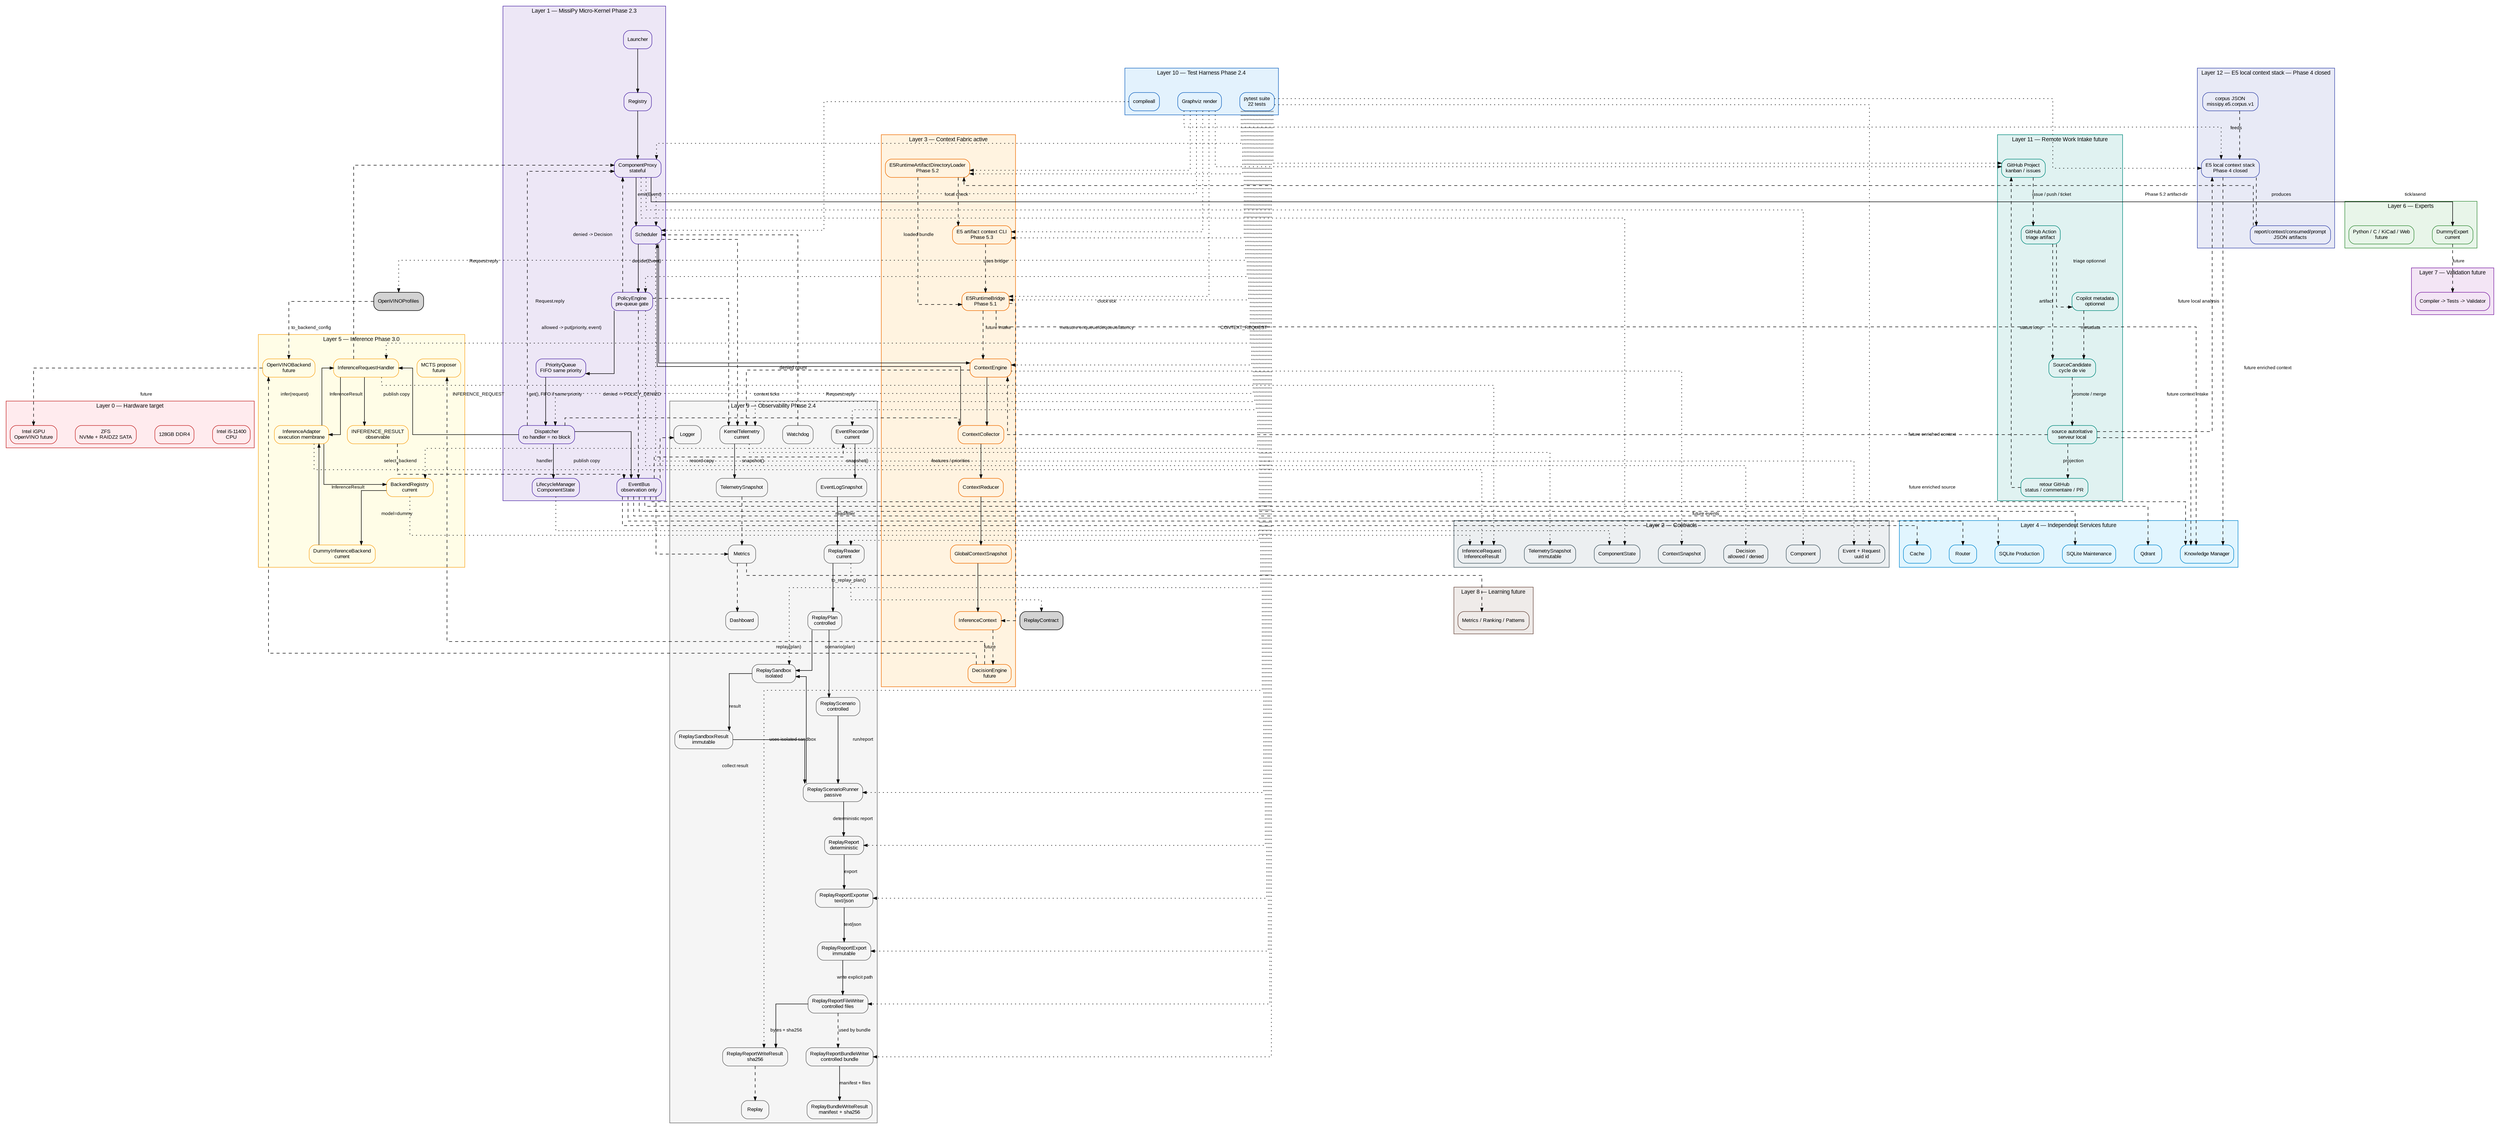
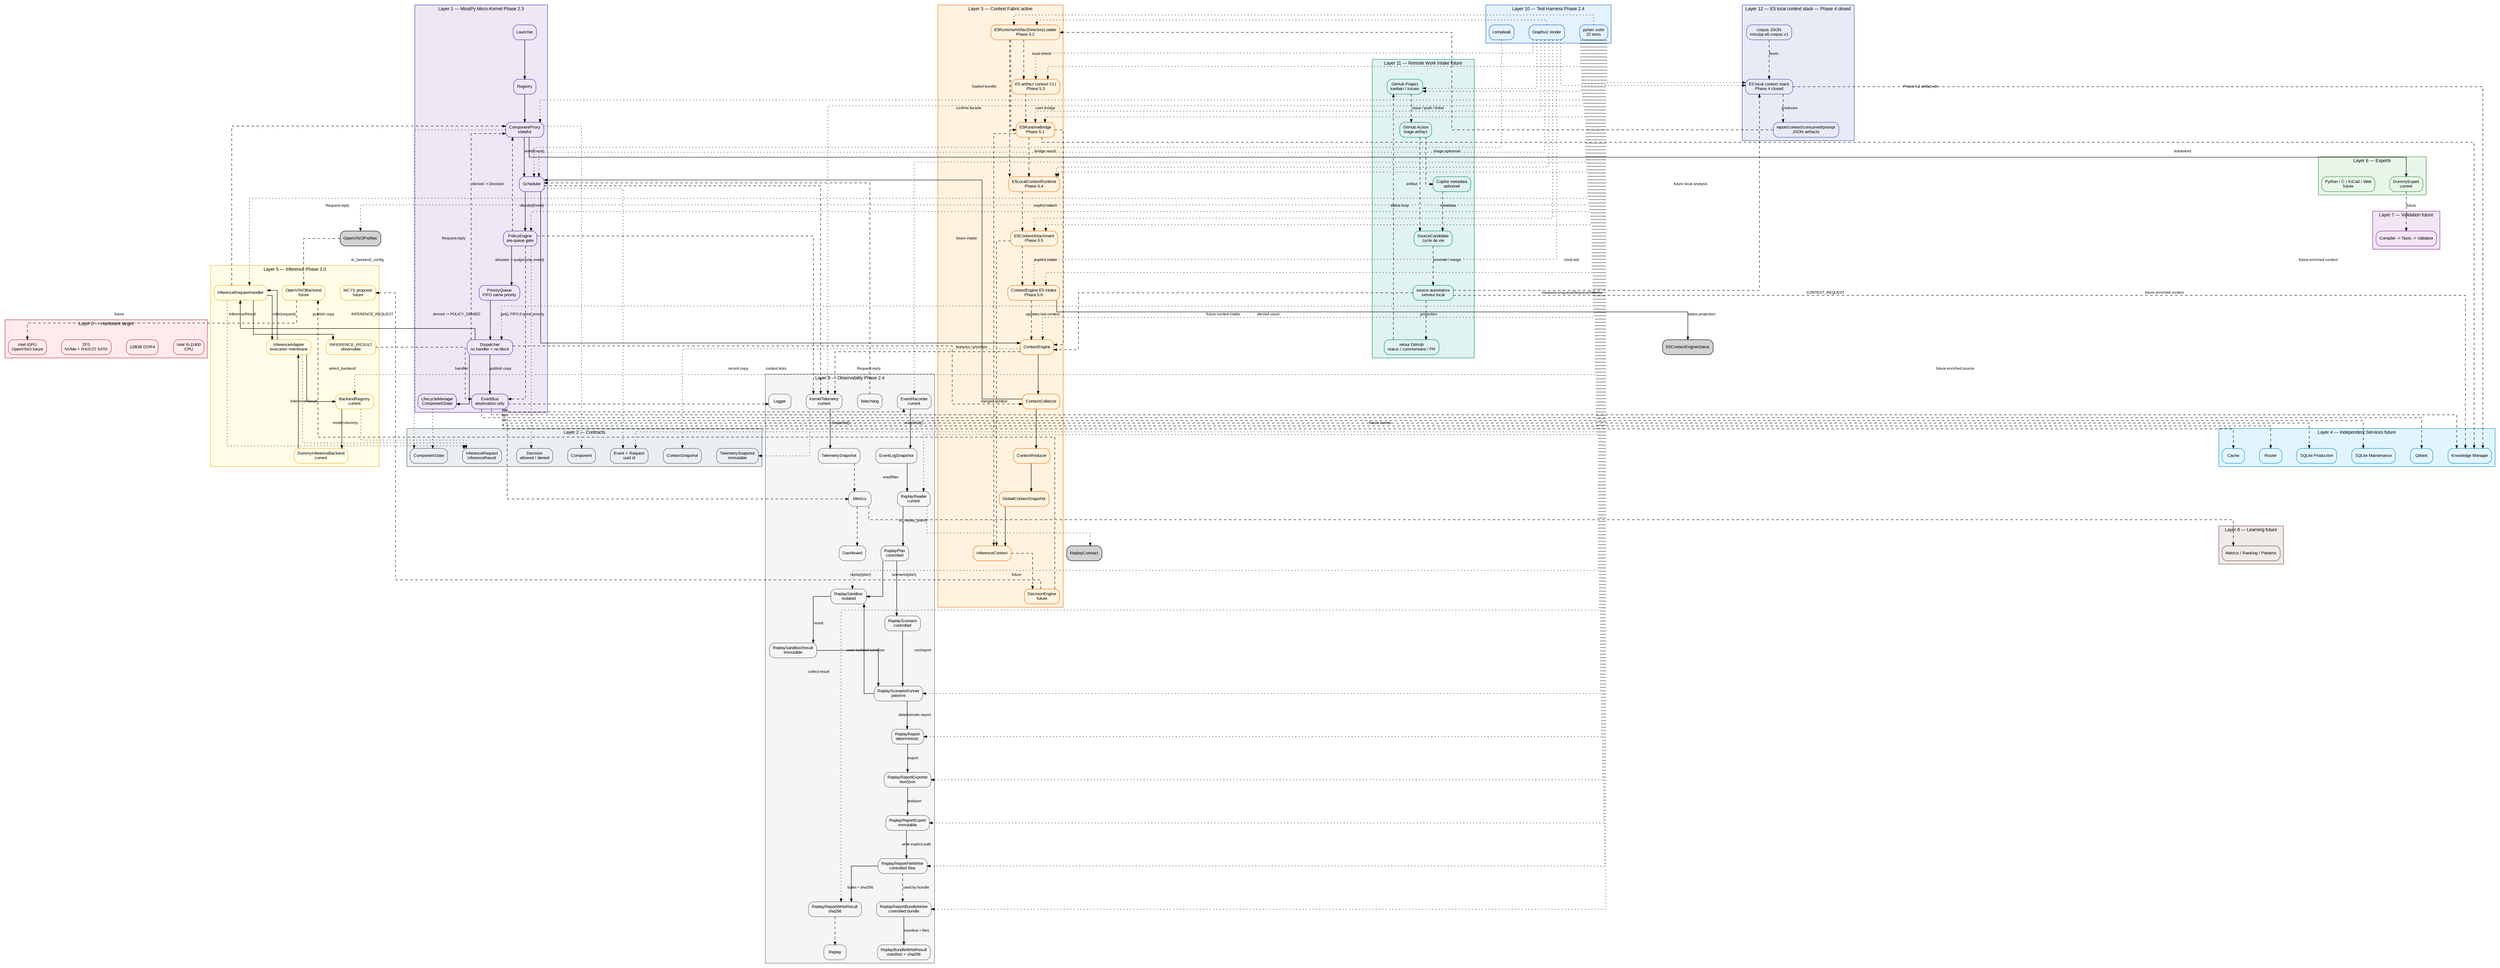
digraph Global {
    // ROADMAP_ID: global

    rankdir=TB;

    // ROADMAP_NOTE[phase2_5]:
    // BackendRegistry est ajouté au layer inference pour préparer
    // l’enregistrement explicite d’OpenVINO sans modifier le Scheduler.

    // ROADMAP_NOTE[phase3_0]:
    // OpenVINOModelProfileRegistry est ajouté pour décrire un ou plusieurs
    // modèles OpenVINO possibles avant de créer les backends exécutables.
    compound=true;
    splines=ortho;
    nodesep=0.5;
    ranksep=0.8;

    graph [fontname="Arial", fontsize=11];
    node [shape=box, style="rounded,filled", fontname="Arial", fontsize=10];
    edge [fontname="Arial", fontsize=9, arrowsize=0.7];

    // ROADMAP_NOTE[phase2_4]:
// ReplayReportBundleWriter ajoute un dossier de replay contrôlé :
// report.txt, report.json et manifest.json avec sha256. La roadmap DOT
// est aussi vérifiée par tests/docs/test_dot_links.py afin que les liens
// descente/remontée pointent vers des sources DOT existantes.
    // Le Layer 9 ajoute ReplayReportFileWriter après ReplayReportExport.
    // Cette étape persiste les exports texte/JSON vers chemins explicites.
    // Aucun répertoire n'est créé ni aucun fichier écrasé sans demande explicite.
    // Le writer reste passif et ne commande jamais le Scheduler vivant.


    // ROADMAP_NOTE[phase4_18_r2]:
    // GitHub Project Orchestrator est visible dans l'architecture globale.
    // Cette couche reste future et documentaire : pas d'API GitHub, pas de token,
    // pas de polling réseau et pas de dépendance Copilot dans le coeur.

    // ROADMAP_NOTE[phase4_19]:
    // La Phase 4 se clôt par un audit du moteur local E5 : corpus, recherche,
    // diagnostics, gates, rapports, contexte, consommation et prompt packet.
    // Le stack E5 reste hors Scheduler, hors Qdrant et hors backend de réponse.

    // ROADMAP_NOTE[phase4_20]:
    // Phase 4 clôturée : le moteur local E5 produit des artefacts déterministes
    // de recherche, contexte consommé et prompt packet. La Phase 5 peut brancher
    // ce socle au serveur local ou au Context Engine sans changer ces frontières.

    // ROADMAP_NOTE[phase5_2]:
    // E5RuntimeArtifactDirectoryLoader ajoute la bordure IO locale pour lire un
    // artifact-dir Phase 4 et réutiliser le pont pur E5RuntimeBridge. Aucun daemon,
    // réseau, Scheduler vivant, Qdrant ou LLM n'est introduit.


    // ROADMAP_NOTE[phase5_4]:
    // E5LocalContextRuntime ajoute une façade runtime locale stable au-dessus
    // du loader 5.2 et du bridge 5.1. Elle retourne un statut typé et un
    // InferenceContext sans CLI, daemon, réseau, Scheduler vivant, Qdrant ou LLM.
+ 
+     // ROADMAP_NOTE[phase5_5]:
+     // E5ContextAttachment fusionne explicitement un résultat runtime E5 local
+     // avec un InferenceContext existant. Cette étape prépare l'intake futur du
+     // ContextEngine sans lancer Scheduler, daemon, réseau, Qdrant ou LLM.
+ 
+     // ROADMAP_NOTE[phase5_6]:
+     // ContextEngine reçoit une entrée E5 explicite : artifact-dir ou runtime result
+     // -> attachement -> last_inference_context. Aucun autoload, aucun Scheduler
+     // vivant, aucun daemon, réseau, Qdrant ou LLM n'est introduit.
+ 
+     // ROADMAP_NOTE[phase5_7]:
+     // E5ContextEngineStatus ajoute une projection passive et sérialisable
+     // de l'état E5 attaché au ContextEngine. Elle ne lit aucun fichier,
+     // ne mute aucun contexte et ne déclenche aucun Scheduler/backend.

    // ROADMAP_NOTE[phase5_3]:
    // E5 artifact context CLI ajoute une bordure de vérification locale pour
    // afficher l'InferenceContext construit depuis un artifact-dir, sans daemon,
    // réseau, Scheduler vivant, Qdrant ou LLM.

    subgraph cluster_L0 {
        label="Layer 0 — Hardware target";
        color="#c62828";
        bgcolor="#ffebee";
        node [fillcolor="#ffebee", color="#c62828"];
        CPU [label="Intel i5-11400\nCPU"];
        RAM [label="128GB DDR4"];
        Storage [label="ZFS\nNVMe + RAIDZ2 SATA"];
        GPU [label="Intel iGPU\nOpenVINO future"];
    }

    subgraph cluster_L1 {
        label="Layer 1 — MissiPy Micro-Kernel Phase 2.3";
        color="#512da8";
        bgcolor="#ede7f6";
        node [fillcolor="#ede7f6", color="#512da8"];
        Launcher [URL="scheduler/10_scheduler.svg", tooltip="Zoom Scheduler"];
        Registry [URL="scheduler/10_scheduler.svg", tooltip="Registry"];
        Proxy [label="ComponentProxy\nstateful", URL="scheduler/component_proxy/14_component_proxy.svg", tooltip="Runtime proxy"];
        Scheduler [URL="scheduler/10_scheduler.svg", tooltip="Zoom Scheduler"];
        Policy [label="PolicyEngine\npre-queue gate", URL="scheduler/10_scheduler.svg"];
        Queue [label="PriorityQueue\nFIFO same priority", URL="scheduler/priority_queue/13_priority_queue.svg"];
        Dispatcher [label="Dispatcher\nno handler = no block", URL="scheduler/dispatcher/11_dispatcher.svg"];
        EventBus [label="EventBus\nobservation only", URL="scheduler/event_bus/12_event_bus.svg"];
        Lifecycle [label="LifecycleManager\nComponentState", URL="scheduler/10_scheduler.svg"];
    }

    subgraph cluster_L2 {
        label="Layer 2 — Contracts";
        color="#455a64";
        bgcolor="#eceff1";
        node [fillcolor="#eceff1", color="#455a64"];
        EventContract [label="Event + Request\nuuid id"];
        LifecycleContract [label="ComponentState"];
        ComponentContract [label="Component"];
        ContextContract [label="ContextSnapshot"];
        InferenceContract [label="InferenceRequest\nInferenceResult"];
        PolicyContract [label="Decision\nallowed / denied"];
        TelemetryContract [label="TelemetrySnapshot\nimmutable"];
    }

    subgraph cluster_L3 {
        label="Layer 3 — Context Fabric active";
        color="#ef6c00";
        bgcolor="#fff3e0";
        node [fillcolor="#fff3e0", color="#ef6c00"];
        ContextEngine [label="ContextEngine", URL="context/20_context.svg"];
        Collector [label="ContextCollector", URL="context/20_context.svg"];
        Reducer [label="ContextReducer", URL="context/20_context.svg"];
        Snapshot [label="GlobalContextSnapshot", URL="context/20_context.svg"];
        InferenceCtx [label="InferenceContext", URL="context/20_context.svg"];
        E5RuntimeBridge [label="E5RuntimeBridge\nPhase 5.1", URL="context/25_e5_runtime_bridge.svg"];
        E5ArtifactLoader [label="E5RuntimeArtifactDirectoryLoader\nPhase 5.2", URL="context/26_e5_artifact_directory_loader.svg"];
        E5ArtifactContextCLI [label="E5 artifact context CLI\nPhase 5.3", URL="context/27_e5_artifact_context_cli.svg"];
+         E5LocalRuntime [label="E5LocalContextRuntime\nPhase 5.4", URL="context/28_e5_local_context_runtime.svg"];
+         E5ContextAttachment [label="E5ContextAttachment\nPhase 5.5", URL="context/29_e5_context_attachment.svg"];
+         E5ContextEngineIntake [label="ContextEngine E5 intake\nPhase 5.6", URL="context/30_e5_context_engine_intake.svg"];
        Decision [label="DecisionEngine\nfuture", URL="context/20_context.svg"];
    }
+ 
+     E5ContextEngineIntake -> E5ContextEngineStatus [label="status projection"];

    subgraph cluster_L4 {
        label="Layer 4 — Independent Services future";
        color="#0288d1";
        bgcolor="#e1f5fe";
        node [fillcolor="#e1f5fe", color="#0288d1"];
        Router [URL="services/30_services.svg"];
        SQLiteProd [label="SQLite Production", URL="services/30_services.svg"];
        SQLiteMaint [label="SQLite Maintenance", URL="services/30_services.svg"];
        Qdrant [URL="services/30_services.svg"];
        Cache [URL="services/30_services.svg"];
        Knowledge [label="Knowledge Manager", URL="services/30_services.svg"];
    }

    subgraph cluster_L5 {
        label="Layer 5 — Inference Phase 3.0";
        color="#f9a825";
        bgcolor="#fffde7";
        node [fillcolor="#fffde7", color="#f9a825"];
        InferenceHandler [label="InferenceRequestHandler", URL="inference/40_inference.svg"];
        InferenceAdapter [label="InferenceAdapter\nexecution membrane", URL="inference/40_inference.svg"];
        BackendRegistry [label="BackendRegistry\ncurrent", URL="inference/40_inference.svg"];
        DummyBackend [label="DummyInferenceBackend\ncurrent", URL="inference/40_inference.svg"];
        InferenceResult [label="INFERENCE_RESULT\nobservable", URL="inference/40_inference.svg"];
        OpenVINO [label="OpenVINOBackend\nfuture", URL="inference/40_inference.svg"];
        MCTS [label="MCTS proposer\nfuture"];
    }

    subgraph cluster_L6 {
        label="Layer 6 — Experts";
        color="#388e3c";
        bgcolor="#e8f5e9";
        node [fillcolor="#e8f5e9", color="#388e3c"];
        Dummy [label="DummyExpert\ncurrent", URL="experts/40_experts.svg"];
        ExpertsFuture [label="Python / C / KiCad / Web\nfuture", URL="experts/40_experts.svg"];
    }

    subgraph cluster_L7 {
        label="Layer 7 — Validation future";
        color="#7b1fa2";
        bgcolor="#f3e5f5";
        node [fillcolor="#f3e5f5", color="#7b1fa2"];
        Validation [label="Compiler -> Tests -> Validator", URL="validation/50_validation.svg"];
    }

    subgraph cluster_L8 {
        label="Layer 8 — Learning future";
        color="#6d4c41";
        bgcolor="#efebe9";
        node [fillcolor="#efebe9", color="#6d4c41"];
        Learning [label="Metrics / Ranking / Patterns", URL="learning/60_learning.svg"];
    }

    subgraph cluster_L9 {
        label="Layer 9 — Observability Phase 2.4";
        color="#666666";
        bgcolor="#f5f5f5";
        node [fillcolor="#f5f5f5", color="#666666"];
        Logger [URL="observability/70_observability.svg"];
        KernelTelemetry [label="KernelTelemetry
current", URL="observability/70_observability.svg"];
        TelemetrySnapshot [label="TelemetrySnapshot", URL="observability/70_observability.svg"];
        EventRecorder [label="EventRecorder
current", URL="observability/70_observability.svg"];
        EventLogSnapshot [label="EventLogSnapshot", URL="observability/70_observability.svg"];
        ReplayReader [label="ReplayReader
current", URL="observability/70_observability.svg"];
        ReplayPlan [label="ReplayPlan
controlled", URL="observability/70_observability.svg"];
        ReplaySandbox [label="ReplaySandbox
isolated", URL="observability/70_observability.svg"];
        ReplaySandboxResult [label="ReplaySandboxResult
immutable", URL="observability/70_observability.svg"];
        ReplayScenario [label="ReplayScenario
controlled", URL="observability/70_observability.svg"];
        ReplayScenarioRunner [label="ReplayScenarioRunner
passive", URL="observability/70_observability.svg"];
        ReplayReport [label="ReplayReport
deterministic", URL="observability/70_observability.svg"];
        ReplayReportExporter [label="ReplayReportExporter
text/json", URL="observability/70_observability.svg"];
        ReplayReportExport [label="ReplayReportExport
immutable", URL="observability/70_observability.svg"];
        ReplayReportFileWriter [label="ReplayReportFileWriter
controlled files", URL="observability/70_observability.svg"];
        ReplayReportWriteResult [label="ReplayReportWriteResult
sha256", URL="observability/70_observability.svg"];
        ReplayReportBundleWriter [label="ReplayReportBundleWriter
controlled bundle", URL="observability/70_observability.svg"];
        ReplayBundleWriteResult [label="ReplayBundleWriteResult
manifest + sha256", URL="observability/70_observability.svg"];
        Metrics [URL="observability/70_observability.svg"];
        Replay [URL="observability/70_observability.svg"];
        Dashboard [URL="observability/70_observability.svg"];
        Watchdog [URL="observability/70_observability.svg"];
    }

    subgraph cluster_L10 {
        label="Layer 10 — Test Harness Phase 2.4";
        color="#1565c0";
        bgcolor="#e3f2fd";
        node [fillcolor="#e3f2fd", color="#1565c0"];
        Pytest [label="pytest suite\n22 tests", URL="tests/80_tests.svg"];
        CompileAll [label="compileall"];
        DotRender [label="Graphviz render"];
    }



    subgraph cluster_L11 {
        label="Layer 11 — Remote Work Intake future";
        color="#00897b";
        bgcolor="#e0f2f1";
        node [fillcolor="#e0f2f1", color="#00897b"];
        GitHubProject [label="GitHub Project
kanban / issues", URL="integrations/90_github_project_orchestrator.svg"];
        GitHubAction [label="GitHub Action
triage artifact", URL="integrations/90_github_project_orchestrator.svg"];
        CopilotMetadata [label="Copilot metadata
optionnel", URL="integrations/90_github_project_orchestrator.svg"];
        SourceCandidate [label="SourceCandidate
cycle de vie", URL="integrations/91_source_candidate_lifecycle.svg"];
        LocalAuthority [label="source autoritative
serveur local", URL="integrations/91_source_candidate_lifecycle.svg"];
        GitHubFeedback [label="retour GitHub
status / commentaire / PR", URL="integrations/90_github_project_orchestrator.svg"];
    }

    subgraph cluster_L12 {
        label="Layer 12 — E5 local context stack — Phase 4 closed";
        color="#3949ab";
        bgcolor="#e8eaf6";
        node [fillcolor="#e8eaf6", color="#3949ab"];
        E5LocalStack [label="E5 local context stack
Phase 4 closed", URL="inference/74_e5_phase4_closure.svg"];
        E5Corpus [label="corpus JSON
missipy.e5.corpus.v1", URL="inference/73_e5_phase4_final_audit.svg"];
        E5Reports [label="report/context/consumed/prompt
JSON artifacts", URL="inference/74_e5_phase4_closure.svg"];
    }

    Launcher -> Registry;
    Registry -> Proxy;
    Proxy -> Scheduler [label="emit(Event)"];
    Scheduler -> Policy [label="decide(Event)"];
    Policy -> Queue [label="allowed -> put(priority, event)"];
    Policy -> EventBus [label="denied -> POLICY_DENIED", style=dashed];
    Policy -> Proxy [label="denied -> Decision", style=dashed];
    Queue -> Dispatcher [label="get(), FIFO if same priority"];
    Dispatcher -> Lifecycle [label="handler"];
    Dispatcher -> EventBus [label="publish copy"];
    Dispatcher -> Proxy [label="Request.reply", style=dashed];

    Lifecycle -> LifecycleContract [style=dotted];
    Proxy -> LifecycleContract [style=dotted];

    Scheduler -> ContextEngine [label="clock tick"];
    ContextEngine -> Collector;
    Collector -> Scheduler [label="CONTEXT_REQUEST"];
    Dispatcher -> Collector [label="Request.reply", style=dashed];
    Collector -> Reducer;
    Reducer -> Snapshot;
    Snapshot -> InferenceCtx;
    InferenceCtx -> Decision [style=dashed, label="future"];

    Scheduler -> EventContract [style=dotted];
    Policy -> PolicyContract [style=dotted];
    KernelTelemetry -> TelemetryContract [style=dotted];
    Proxy -> ComponentContract [style=dotted];
    ContextEngine -> ContextContract [style=dotted];
    InferenceHandler -> InferenceContract [style=dotted];
    ReplayReader -> ReplayContract [style=dotted];
    InferenceAdapter -> InferenceContract [style=dotted];
    BackendRegistry -> InferenceContract [style=dotted];

    Proxy -> Dummy [label="tick/asend"];

    Dispatcher -> InferenceHandler [label="INFERENCE_REQUEST"];
    InferenceHandler -> InferenceAdapter [label="infer(request)"];
    InferenceAdapter -> BackendRegistry [label="select_backend"];
    BackendRegistry -> DummyBackend [label="model=dummy"];
    DummyBackend -> InferenceAdapter [label="InferenceResult"];
    InferenceAdapter -> InferenceHandler [label="InferenceResult"];
    InferenceHandler -> InferenceResult [label="publish copy"];
    InferenceHandler -> Proxy [label="Request.reply", style=dashed];
    InferenceResult -> EventBus [style=dashed];
    OpenVINOProfiles -> OpenVINO [style=dashed, label="to_backend_config"];
    OpenVINO -> GPU [style=dashed, label="future"];
    E5Corpus -> E5LocalStack [style=dashed, label="feeds"];
    E5LocalStack -> E5Reports [style=dashed, label="produces"];
    E5Reports -> E5ArtifactLoader [style=dashed, label="Phase 5.2 artifact-dir"];
    E5ArtifactLoader -> E5RuntimeBridge [style=dashed, label="loaded bundle"];
    E5ArtifactLoader -> E5ArtifactContextCLI [style=dashed, label="local check"];
    E5ArtifactContextCLI -> E5RuntimeBridge [style=dashed, label="uses bridge"];
+     E5ArtifactLoader -> E5LocalRuntime [style=dashed, label="runtime facade"];
+     E5RuntimeBridge -> E5LocalRuntime [style=dashed, label="bridge result"];
+     E5LocalRuntime -> E5ContextAttachment [style=dashed, label="explicit attach"];
+     E5ContextAttachment -> InferenceCtx [style=dashed, label="merged context"];
    E5RuntimeBridge -> InferenceCtx [style=dashed, label="features / priorities"];
+     E5ContextAttachment -> E5ContextEngineIntake [style=dashed, label="explicit intake"];
+     E5ContextEngineIntake -> ContextEngine [style=dashed, label="updates last context"];
    E5RuntimeBridge -> ContextEngine [style=dashed, label="future intake"];
    E5RuntimeBridge -> Knowledge [style=dashed, label="future enriched context"];
    E5LocalStack -> Knowledge [style=dashed, label="future enriched context"];

    Scheduler -> KernelTelemetry [style=dashed, label="measure enqueue/dequeue/latency"];
    Policy -> KernelTelemetry [style=dashed, label="denied count"];
    ContextEngine -> KernelTelemetry [style=dashed, label="context ticks"];
    KernelTelemetry -> TelemetrySnapshot [label="snapshot()"];
    TelemetrySnapshot -> Metrics [style=dashed];

    EventBus -> Logger [style=dashed];
    EventBus -> Metrics [style=dashed];
    EventBus -> EventRecorder [style=dashed, label="record copy"];
    EventRecorder -> EventLogSnapshot [label="snapshot()"];
    EventLogSnapshot -> ReplayReader [label="read/filter"];
    ReplayReader -> ReplayPlan [label="to_replay_plan()"];
    ReplayPlan -> ReplaySandbox [label="replay(plan)"];
    ReplaySandbox -> ReplaySandboxResult [label="result"];
    ReplayPlan -> ReplayScenario [label="scenario(plan)"];
    ReplayScenario -> ReplayScenarioRunner [label="run/report"];
    ReplayScenarioRunner -> ReplaySandbox [label="uses isolated sandbox"];
    ReplaySandboxResult -> ReplayScenarioRunner [label="collect result"];
    ReplayScenarioRunner -> ReplayReport [label="deterministic report"];
    ReplayReport -> ReplayReportExporter [label="export"];
    ReplayReportExporter -> ReplayReportExport [label="text/json"];
    ReplayReportExport -> ReplayReportFileWriter [label="write explicit path"];
    ReplayReportFileWriter -> ReplayReportWriteResult [label="bytes + sha256"];
    ReplayReportFileWriter -> ReplayReportBundleWriter [style=dashed, label="used by bundle"];
    ReplayReportBundleWriter -> ReplayBundleWriteResult [label="manifest + files"];
    ReplayReportWriteResult -> Replay [style=dashed];
    Metrics -> Dashboard [style=dashed];
    Watchdog -> Scheduler [style=dashed];

    Pytest -> EventContract [style=dotted];
    Pytest -> Dispatcher [style=dotted];
    Pytest -> Proxy [style=dotted];
    Pytest -> ContextEngine [style=dotted];
    Pytest -> InferenceHandler [style=dotted];
    Pytest -> BackendRegistry [style=dotted];
    Pytest -> OpenVINOProfiles [style=dotted];
    Pytest -> Policy [style=dotted];
    Pytest -> KernelTelemetry [style=dotted];
    Pytest -> EventRecorder [style=dotted];
    Pytest -> ReplayReader [style=dotted];
    Pytest -> ReplaySandbox [style=dotted];
    Pytest -> ReplayScenarioRunner [style=dotted];
    Pytest -> ReplayReport [style=dotted];
    Pytest -> ReplayReportExporter [style=dotted];
    Pytest -> ReplayReportExport [style=dotted];
    Pytest -> ReplayReportFileWriter [style=dotted];
    Pytest -> ReplayReportBundleWriter [style=dotted];
    Pytest -> ReplayReportWriteResult [style=dotted];
    CompileAll -> Scheduler [style=dotted];
    DotRender -> Scheduler [style=dotted];

    EventBus -> Router [style=dashed, label="future events"];
    EventBus -> SQLiteProd [style=dashed];
    EventBus -> SQLiteMaint [style=dashed];
    EventBus -> Qdrant [style=dashed];
    EventBus -> Cache [style=dashed];
    EventBus -> Knowledge [style=dashed];
    Decision -> OpenVINO [style=dashed];
    Decision -> MCTS [style=dashed];
    Dummy -> Validation [style=dashed, label="future"];
    Metrics -> Learning [style=dashed];

    GitHubProject -> GitHubAction [style=dashed, label="issue / push / ticket"];
    GitHubAction -> CopilotMetadata [style=dashed, label="triage optionnel"];
    CopilotMetadata -> SourceCandidate [style=dashed, label="metadata"];
    GitHubAction -> SourceCandidate [style=dashed, label="artifact"];
    SourceCandidate -> LocalAuthority [style=dashed, label="promote / merge"];
    LocalAuthority -> E5LocalStack [style=dashed, label="future local analysis"];
    LocalAuthority -> ContextEngine [style=dashed, label="future context intake"];
    LocalAuthority -> Knowledge [style=dashed, label="future enriched source"];
    LocalAuthority -> GitHubFeedback [style=dashed, label="projection"];
    GitHubFeedback -> GitHubProject [style=dashed, label="status loop"];
    Pytest -> GitHubProject [style=dotted];
    Pytest -> E5LocalStack [style=dotted];
    Pytest -> E5RuntimeBridge [style=dotted];
    Pytest -> E5ArtifactLoader [style=dotted];
    Pytest -> E5ArtifactContextCLI [style=dotted];
+     Pytest -> E5LocalRuntime [style=dotted];
+     Pytest -> E5ContextAttachment [style=dotted];
+     Pytest -> E5ContextEngineIntake [style=dotted];
    DotRender -> GitHubProject [style=dotted];
    DotRender -> E5LocalStack [style=dotted];
    DotRender -> E5RuntimeBridge [style=dotted];
    DotRender -> E5ArtifactLoader [style=dotted];
    DotRender -> E5ArtifactContextCLI [style=dotted];
+     DotRender -> E5LocalRuntime [style=dotted];
+     DotRender -> E5ContextAttachment [style=dotted];
+     DotRender -> E5ContextEngineIntake [style=dotted];
}

